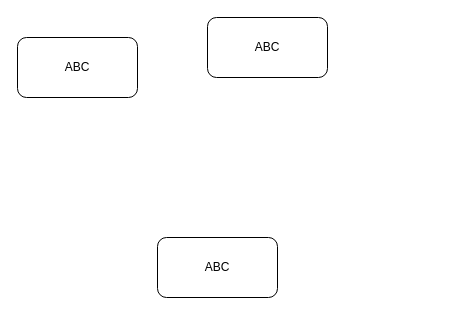
Before: frame/未命名绘图.drawio in newby1/drawio, a draw.io diagram. Source tidied: cells renumbered, new cells numbered last; positions are measured from the earlier drawing's top-left corner, leaving out a move shared by most shapes. Both pictures are drawn from the tidied source at 100%, with x=0, y=0 at pixel (17, 17).
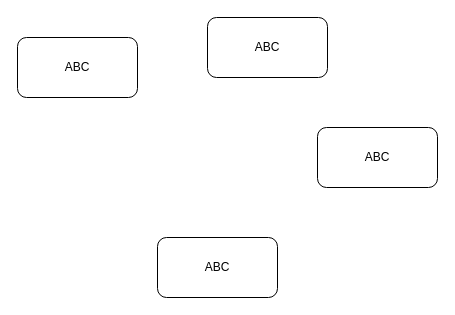
Above is the later version.

What changed in the source:
```diff
@@
 <mxGraphModel>
   <root>
     <mxCell id="0" />
     <mxCell id="1" parent="0" />
     <mxCell id="2" value="ABC" style="rounded=1;whiteSpace=wrap;html=1;" parent="1" vertex="1">
       <mxGeometry y="20" width="120" height="60" as="geometry" />
     </mxCell>
     <mxCell id="3" value="ABC" style="rounded=1;whiteSpace=wrap;html=1;" parent="1" vertex="1">
       <mxGeometry x="190" width="120" height="60" as="geometry" />
     </mxCell>
     <mxCell id="4" value="ABC" style="rounded=1;whiteSpace=wrap;html=1;" parent="1" vertex="1">
       <mxGeometry x="140" y="220" width="120" height="60" as="geometry" />
     </mxCell>
+    <mxCell id="5" value="ABC" style="rounded=1;whiteSpace=wrap;html=1;" parent="1" vertex="1">
+      <mxGeometry x="300" y="110" width="120" height="60" as="geometry" />
+    </mxCell>
   </root>
 </mxGraphModel>
```
